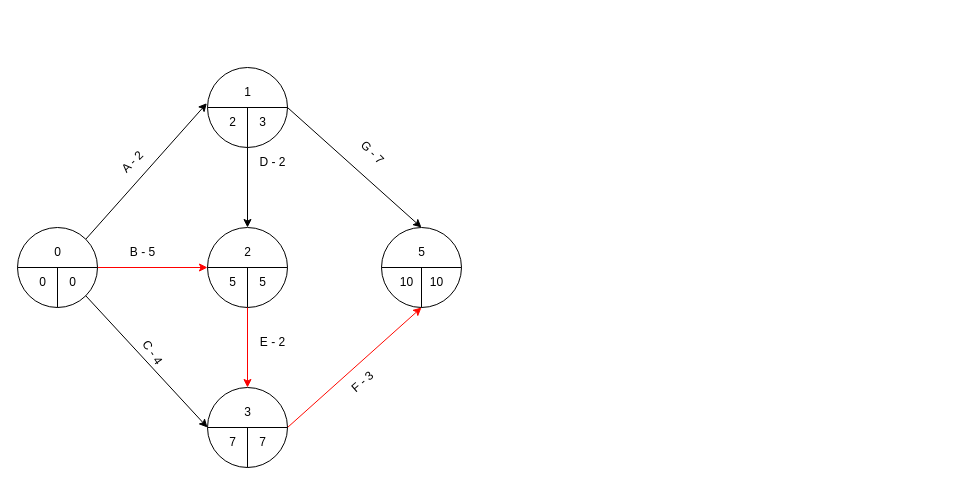
Earlier version of the draw.io diagram page "Página-1" (1 of 3) of Diagrama PERT.drawio (rreynarive/Templates). Source tidied: cells renumbered, new cells numbered last; positions are measured from the earlier drawing's top-left corner, leaving out a move shared by most shapes. Both pictures are drawn from the tidied source at 100%, with x=0, y=0 at pixel (17, 67).
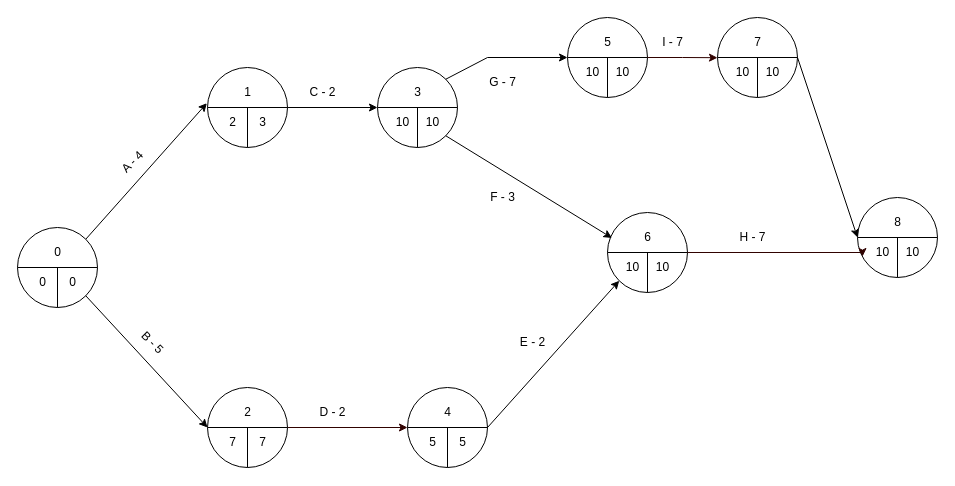
The same diagram, later.

The change refers to these unchanged cells:
```xml
<mxCell id="4" style="shape=lineEllipse;perimeter=ellipsePerimeter;whiteSpace=wrap;html=1;backgroundOutline=1;" parent="1" vertex="1">
  <mxGeometry y="160" width="80" height="80" as="geometry" />
</mxCell>
<mxCell id="10" style="shape=lineEllipse;perimeter=ellipsePerimeter;whiteSpace=wrap;html=1;backgroundOutline=1;" parent="9" vertex="1">
  <mxGeometry width="80" height="80" as="geometry" />
</mxCell>
<mxCell id="16" style="shape=lineEllipse;perimeter=ellipsePerimeter;whiteSpace=wrap;html=1;backgroundOutline=1;" parent="15" vertex="1">
  <mxGeometry width="80" height="80" as="geometry" />
</mxCell>
<mxCell id="24" style="shape=lineEllipse;perimeter=ellipsePerimeter;whiteSpace=wrap;html=1;backgroundOutline=1;" parent="23" vertex="1">
  <mxGeometry width="80" height="80" as="geometry" />
</mxCell>
<mxCell id="30" style="group;" parent="1" vertex="1">
  <mxGeometry x="190" y="320" width="80" height="80" as="geometry" />
</mxCell>
<mxCell id="31" style="shape=lineEllipse;perimeter=ellipsePerimeter;whiteSpace=wrap;html=1;backgroundOutline=1;" parent="30" vertex="1">
  <mxGeometry width="80" height="80" as="geometry" />
</mxCell>
```

Diff of the diagram source:
```diff
@@
-    <mxCell id="3" style="endArrow=classic;html=1;rounded=0;exitX=1;exitY=0.5;exitDx=0;exitDy=0;entryX=0;entryY=0.5;entryDx=0;entryDy=0;strokeColor=#FF0000;" parent="1" edge="1" source="4" target="10">
-      <mxGeometry relative="1" as="geometry" />
-    </mxCell>
@@
     <mxCell id="9" style="group;" parent="1" vertex="1">
-      <mxGeometry x="190" y="160" width="80" height="80" as="geometry" />
+      <mxGeometry x="390" y="320" width="80" height="80" as="geometry" />
     </mxCell>
@@
-    <mxCell id="14" value="2" style="text;html=1;align=center;verticalAlign=middle;strokeColor=none;fillColor=none;" parent="9" vertex="1">
+    <mxCell id="14" value="4" style="text;html=1;align=center;verticalAlign=middle;strokeColor=none;fillColor=none;" parent="9" vertex="1">
       <mxGeometry x="25" y="10" width="30" height="30" as="geometry" />
     </mxCell>
@@
-    <mxCell id="22" style="endArrow=classic;html=1;rounded=0;fontFamily=Helvetica;fontSize=12;fontColor=default;exitX=1;exitY=0.5;exitDx=0;exitDy=0;entryX=0.5;entryY=0;entryDx=0;entryDy=0;" parent="1" edge="1" source="16" target="24">
+    <mxCell id="22" style="endArrow=classic;html=1;rounded=0;fontFamily=Helvetica;fontSize=12;fontColor=default;exitX=1;exitY=0.5;exitDx=0;exitDy=0;entryX=0;entryY=0.5;entryDx=0;entryDy=0;" parent="1" edge="1" source="16" target="24">
       <mxGeometry relative="1" as="geometry" />
     </mxCell>
     <mxCell id="23" style="group;" parent="1" vertex="1">
-      <mxGeometry x="364" y="160" width="80" height="80" as="geometry" />
+      <mxGeometry x="360" width="80" height="80" as="geometry" />
     </mxCell>
@@
-    <mxCell id="28" value="5" style="text;html=1;align=center;verticalAlign=middle;strokeColor=none;fillColor=none;" parent="23" vertex="1">
+    <mxCell id="28" value="3" style="text;html=1;align=center;verticalAlign=middle;strokeColor=none;fillColor=none;" parent="23" vertex="1">
       <mxGeometry x="25" y="10" width="30" height="30" as="geometry" />
     </mxCell>
-    <mxCell id="29" style="endArrow=classic;html=1;rounded=0;fontFamily=Helvetica;fontSize=12;fontColor=default;entryX=0.5;entryY=1;entryDx=0;entryDy=0;exitX=1;exitY=0.5;exitDx=0;exitDy=0;strokeColor=#FF0800;" parent="1" edge="1" source="31" target="24">
+    <mxCell id="29" style="endArrow=classic;html=1;rounded=0;fontFamily=Helvetica;fontSize=12;fontColor=default;exitX=1;exitY=0.5;exitDx=0;exitDy=0;strokeColor=#300200;entryX=0;entryY=0.5;entryDx=0;entryDy=0;" parent="1" edge="1" source="31" target="10">
       <mxGeometry relative="1" as="geometry" />
     </mxCell>
@@
-    <mxCell id="35" value="3" style="text;html=1;align=center;verticalAlign=middle;strokeColor=none;fillColor=none;" parent="30" vertex="1">
+    <mxCell id="35" value="2" style="text;html=1;align=center;verticalAlign=middle;strokeColor=none;fillColor=none;" parent="30" vertex="1">
       <mxGeometry x="25" y="10" width="30" height="30" as="geometry" />
     </mxCell>
-    <mxCell id="36" value="A - 2" style="text;html=1;align=center;verticalAlign=middle;strokeColor=none;fillColor=none;fontSize=12;fontFamily=Helvetica;fontColor=default;rotation=-45;" parent="1" vertex="1">
-      <mxGeometry x="90" y="80" width="50" height="30" as="geometry" />
-    </mxCell>
-    <mxCell id="37" value="B - 5" style="text;html=1;align=center;verticalAlign=middle;strokeColor=none;fillColor=none;fontSize=12;fontFamily=Helvetica;fontColor=default;" parent="1" vertex="1">
-      <mxGeometry x="100" y="170" width="50" height="30" as="geometry" />
+    <mxCell id="37" value="B - 5" style="text;html=1;align=center;verticalAlign=middle;strokeColor=none;fillColor=none;fontSize=12;fontFamily=Helvetica;fontColor=default;rotation=45;" parent="1" vertex="1">
+      <mxGeometry x="110" y="260" width="50" height="30" as="geometry" />
     </mxCell>
-    <mxCell id="38" value="C - 4" style="text;html=1;align=center;verticalAlign=middle;strokeColor=none;fillColor=none;fontSize=12;fontFamily=Helvetica;fontColor=default;rotation=56;" parent="1" vertex="1">
-      <mxGeometry x="110" y="270" width="50" height="30" as="geometry" />
+    <mxCell id="38" value="A - 4" style="text;html=1;align=center;verticalAlign=middle;strokeColor=none;fillColor=none;fontSize=12;fontFamily=Helvetica;fontColor=default;rotation=-45;" parent="1" vertex="1">
+      <mxGeometry x="90" y="80" width="50" height="30" as="geometry" />
     </mxCell>
     <mxCell id="39" value="D - 2" style="text;html=1;align=center;verticalAlign=middle;strokeColor=none;fillColor=none;fontSize=12;fontFamily=Helvetica;fontColor=default;" parent="1" vertex="1">
-      <mxGeometry x="230" y="80" width="50" height="30" as="geometry" />
+      <mxGeometry x="290" y="330" width="50" height="30" as="geometry" />
     </mxCell>
-    <mxCell id="40" value="E - 2" style="text;html=1;align=center;verticalAlign=middle;strokeColor=none;fillColor=none;fontSize=12;fontFamily=Helvetica;fontColor=default;" parent="1" vertex="1">
-      <mxGeometry x="230" y="260" width="50" height="30" as="geometry" />
+    <mxCell id="40" value="C - 2" style="text;html=1;align=center;verticalAlign=middle;strokeColor=none;fillColor=none;fontSize=12;fontFamily=Helvetica;fontColor=default;" parent="1" vertex="1">
+      <mxGeometry x="280" y="10" width="50" height="30" as="geometry" />
     </mxCell>
-    <mxCell id="41" style="endArrow=classic;html=1;rounded=0;fontFamily=Helvetica;fontSize=12;fontColor=default;exitX=0.5;exitY=1;exitDx=0;exitDy=0;entryX=0.5;entryY=0;entryDx=0;entryDy=0;" parent="1" edge="1" source="16" target="10">
-      <mxGeometry relative="1" as="geometry" />
-    </mxCell>
-    <mxCell id="42" style="endArrow=classic;html=1;rounded=0;fontFamily=Helvetica;fontSize=12;fontColor=default;exitX=0.5;exitY=1;exitDx=0;exitDy=0;entryX=0.5;entryY=0;entryDx=0;entryDy=0;strokeColor=#FC0000;" parent="1" edge="1" source="10" target="31">
-      <mxGeometry relative="1" as="geometry" />
-    </mxCell>
-    <mxCell id="43" value="G - 7" style="text;html=1;align=center;verticalAlign=middle;strokeColor=none;fillColor=none;fontSize=12;fontFamily=Helvetica;fontColor=default;rotation=45;" parent="1" vertex="1">
-      <mxGeometry x="330" y="70" width="50" height="30" as="geometry" />
+    <mxCell id="43" value="G - 7" style="text;html=1;align=center;verticalAlign=middle;strokeColor=none;fillColor=none;fontSize=12;fontFamily=Helvetica;fontColor=default;rotation=0;" parent="1" vertex="1">
+      <mxGeometry x="460" width="50" height="30" as="geometry" />
     </mxCell>
-    <mxCell id="44" value="F - 3" style="text;html=1;align=center;verticalAlign=middle;strokeColor=none;fillColor=none;fontSize=12;fontFamily=Helvetica;fontColor=default;rotation=-41;" parent="1" vertex="1">
-      <mxGeometry x="320" y="300" width="50" height="30" as="geometry" />
+    <mxCell id="44" value="F - 3" style="text;html=1;align=center;verticalAlign=middle;strokeColor=none;fillColor=none;fontSize=12;fontFamily=Helvetica;fontColor=default;rotation=0;" parent="1" vertex="1">
+      <mxGeometry x="460" y="115" width="50" height="30" as="geometry" />
     </mxCell>
+    <mxCell id="45" style="group;" parent="1" vertex="1">
+      <mxGeometry x="550" y="-50" width="80" height="80" as="geometry" />
+    </mxCell>
+    <mxCell id="46" style="shape=lineEllipse;perimeter=ellipsePerimeter;whiteSpace=wrap;html=1;backgroundOutline=1;" parent="45" vertex="1">
+      <mxGeometry width="80" height="80" as="geometry" />
+    </mxCell>
+    <mxCell id="47" style="endArrow=none;html=1;rounded=0;exitX=0.5;exitY=1;exitDx=0;exitDy=0;" parent="45" edge="1" source="46">
+      <mxGeometry relative="1" as="geometry">
+        <mxPoint x="40" y="40" as="targetPoint" />
+      </mxGeometry>
+    </mxCell>
+    <mxCell id="48" value="10" style="text;html=1;align=center;verticalAlign=middle;strokeColor=none;fillColor=none;" parent="45" vertex="1">
+      <mxGeometry x="5" y="40" width="40" height="30" as="geometry" />
+    </mxCell>
+    <mxCell id="49" value="10" style="text;html=1;align=center;verticalAlign=middle;strokeColor=none;fillColor=none;" parent="45" vertex="1">
+      <mxGeometry x="35" y="40" width="40" height="30" as="geometry" />
+    </mxCell>
+    <mxCell id="50" value="5" style="text;html=1;align=center;verticalAlign=middle;strokeColor=none;fillColor=none;" parent="45" vertex="1">
+      <mxGeometry x="25" y="10" width="30" height="30" as="geometry" />
+    </mxCell>
+    <mxCell id="51" style="group;" parent="1" vertex="1">
+      <mxGeometry x="590" y="145" width="80" height="80" as="geometry" />
+    </mxCell>
+    <mxCell id="52" style="shape=lineEllipse;perimeter=ellipsePerimeter;whiteSpace=wrap;html=1;backgroundOutline=1;" parent="51" vertex="1">
+      <mxGeometry width="80" height="80" as="geometry" />
+    </mxCell>
+    <mxCell id="53" style="endArrow=none;html=1;rounded=0;exitX=0.5;exitY=1;exitDx=0;exitDy=0;" parent="51" edge="1" source="52">
+      <mxGeometry relative="1" as="geometry">
+        <mxPoint x="40" y="40" as="targetPoint" />
+      </mxGeometry>
+    </mxCell>
+    <mxCell id="54" value="10" style="text;html=1;align=center;verticalAlign=middle;strokeColor=none;fillColor=none;" parent="51" vertex="1">
+      <mxGeometry x="5" y="40" width="40" height="30" as="geometry" />
+    </mxCell>
+    <mxCell id="55" value="10" style="text;html=1;align=center;verticalAlign=middle;strokeColor=none;fillColor=none;" parent="51" vertex="1">
+      <mxGeometry x="35" y="40" width="40" height="30" as="geometry" />
+    </mxCell>
+    <mxCell id="56" value="6" style="text;html=1;align=center;verticalAlign=middle;strokeColor=none;fillColor=none;" parent="51" vertex="1">
+      <mxGeometry x="25" y="10" width="30" height="30" as="geometry" />
+    </mxCell>
+    <mxCell id="57" style="endArrow=classic;html=1;rounded=0;fontFamily=Helvetica;fontSize=12;fontColor=default;exitX=1;exitY=0;exitDx=0;exitDy=0;entryX=0;entryY=0.5;entryDx=0;entryDy=0;" parent="1" edge="1" source="24" target="46">
+      <mxGeometry relative="1" as="geometry">
+        <Array as="points">
+          <mxPoint x="470" y="-10" />
+        </Array>
+      </mxGeometry>
+    </mxCell>
+    <mxCell id="58" style="endArrow=classic;html=1;rounded=0;fontFamily=Helvetica;fontSize=12;fontColor=default;exitX=1;exitY=1;exitDx=0;exitDy=0;entryX=0.056;entryY=0.318;entryDx=0;entryDy=0;entryPerimeter=0;" parent="1" edge="1" source="24" target="52">
+      <mxGeometry relative="1" as="geometry" />
+    </mxCell>
+    <mxCell id="59" style="group;" parent="1" vertex="1">
+      <mxGeometry x="700" y="-50" width="80" height="80" as="geometry" />
+    </mxCell>
+    <mxCell id="60" style="shape=lineEllipse;perimeter=ellipsePerimeter;whiteSpace=wrap;html=1;backgroundOutline=1;" parent="59" vertex="1">
+      <mxGeometry width="80" height="80" as="geometry" />
+    </mxCell>
+    <mxCell id="61" style="endArrow=none;html=1;rounded=0;exitX=0.5;exitY=1;exitDx=0;exitDy=0;" parent="59" edge="1" source="60">
+      <mxGeometry relative="1" as="geometry">
+        <mxPoint x="40" y="40" as="targetPoint" />
+      </mxGeometry>
+    </mxCell>
+    <mxCell id="62" value="10" style="text;html=1;align=center;verticalAlign=middle;strokeColor=none;fillColor=none;" parent="59" vertex="1">
+      <mxGeometry x="5" y="40" width="40" height="30" as="geometry" />
+    </mxCell>
+    <mxCell id="63" value="10" style="text;html=1;align=center;verticalAlign=middle;strokeColor=none;fillColor=none;" parent="59" vertex="1">
+      <mxGeometry x="35" y="40" width="40" height="30" as="geometry" />
+    </mxCell>
+    <mxCell id="64" value="7" style="text;html=1;align=center;verticalAlign=middle;strokeColor=none;fillColor=none;" parent="59" vertex="1">
+      <mxGeometry x="25" y="10" width="30" height="30" as="geometry" />
+    </mxCell>
+    <mxCell id="65" value="E - 2" style="text;html=1;align=center;verticalAlign=middle;strokeColor=none;fillColor=none;fontSize=12;fontFamily=Helvetica;fontColor=default;" parent="1" vertex="1">
+      <mxGeometry x="490" y="260" width="50" height="30" as="geometry" />
+    </mxCell>
+    <mxCell id="66" style="endArrow=classic;html=1;rounded=0;fontFamily=Helvetica;fontSize=12;fontColor=default;exitX=1;exitY=0.5;exitDx=0;exitDy=0;strokeColor=#000000;entryX=0;entryY=1;entryDx=0;entryDy=0;" parent="1" edge="1" source="10" target="52">
+      <mxGeometry relative="1" as="geometry" />
+    </mxCell>
+    <mxCell id="67" style="edgeStyle=orthogonalEdgeStyle;rounded=0;jettySize=auto;html=1;exitX=1;exitY=0.5;exitDx=0;exitDy=0;strokeColor=#300200;" parent="1" edge="1" source="46">
+      <mxGeometry relative="1" as="geometry">
+        <mxPoint x="700" y="-9.8" as="targetPoint" />
+      </mxGeometry>
+    </mxCell>
+    <mxCell id="68" value="I - 7" style="text;html=1;align=center;verticalAlign=middle;strokeColor=none;fillColor=none;fontSize=12;fontFamily=Helvetica;fontColor=default;rotation=0;" parent="1" vertex="1">
+      <mxGeometry x="635" y="-40" width="40" height="30" as="geometry" />
+    </mxCell>
+    <mxCell id="69" style="group;" parent="1" vertex="1">
+      <mxGeometry x="840" y="130" width="80" height="80" as="geometry" />
+    </mxCell>
+    <mxCell id="70" style="shape=lineEllipse;perimeter=ellipsePerimeter;whiteSpace=wrap;html=1;backgroundOutline=1;" parent="69" vertex="1">
+      <mxGeometry width="80" height="80" as="geometry" />
+    </mxCell>
+    <mxCell id="71" style="endArrow=none;html=1;rounded=0;exitX=0.5;exitY=1;exitDx=0;exitDy=0;" parent="69" edge="1" source="70">
+      <mxGeometry relative="1" as="geometry">
+        <mxPoint x="40" y="40" as="targetPoint" />
+      </mxGeometry>
+    </mxCell>
+    <mxCell id="72" value="10" style="text;html=1;align=center;verticalAlign=middle;strokeColor=none;fillColor=none;" parent="69" vertex="1">
+      <mxGeometry x="5" y="40" width="40" height="30" as="geometry" />
+    </mxCell>
+    <mxCell id="73" value="10" style="text;html=1;align=center;verticalAlign=middle;strokeColor=none;fillColor=none;" parent="69" vertex="1">
+      <mxGeometry x="35" y="40" width="40" height="30" as="geometry" />
+    </mxCell>
+    <mxCell id="74" value="8" style="text;html=1;align=center;verticalAlign=middle;strokeColor=none;fillColor=none;" parent="69" vertex="1">
+      <mxGeometry x="25" y="10" width="30" height="30" as="geometry" />
+    </mxCell>
+    <mxCell id="75" style="edgeStyle=orthogonalEdgeStyle;rounded=0;jettySize=auto;html=1;exitX=1;exitY=0.5;exitDx=0;exitDy=0;strokeColor=#300200;entryX=0.063;entryY=0.738;entryDx=0;entryDy=0;entryPerimeter=0;" parent="1" edge="1" source="52" target="70">
+      <mxGeometry relative="1" as="geometry">
+        <Array as="points">
+          <mxPoint x="845" y="185" />
+        </Array>
+      </mxGeometry>
+    </mxCell>
+    <mxCell id="76" style="endArrow=classic;html=1;rounded=0;fontFamily=Helvetica;fontSize=12;fontColor=default;exitX=1;exitY=0.5;exitDx=0;exitDy=0;entryX=0;entryY=0.5;entryDx=0;entryDy=0;" parent="1" edge="1" source="60" target="70">
+      <mxGeometry relative="1" as="geometry" />
+    </mxCell>
+    <mxCell id="77" value="H - 7" style="text;html=1;align=center;verticalAlign=middle;strokeColor=none;fillColor=none;fontSize=12;fontFamily=Helvetica;fontColor=default;rotation=0;" parent="1" vertex="1">
+      <mxGeometry x="710" y="155" width="50" height="30" as="geometry" />
+    </mxCell>
```
